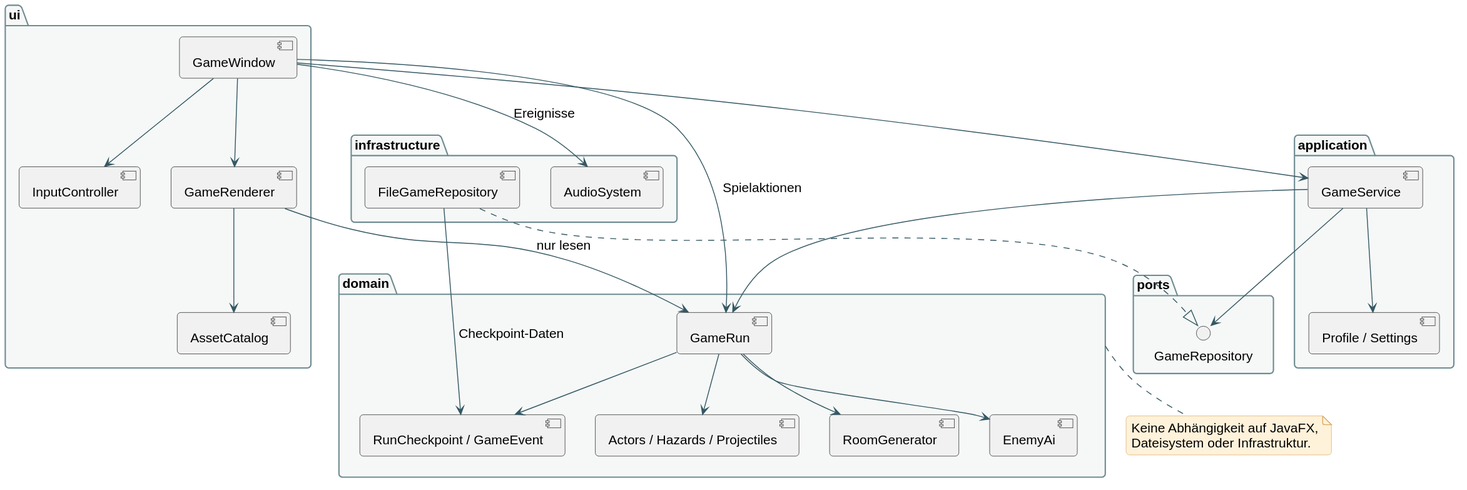
The PlantUML diagram docs/diagrams/03-architecture.svg in bassdav2/abyss, before a commit.
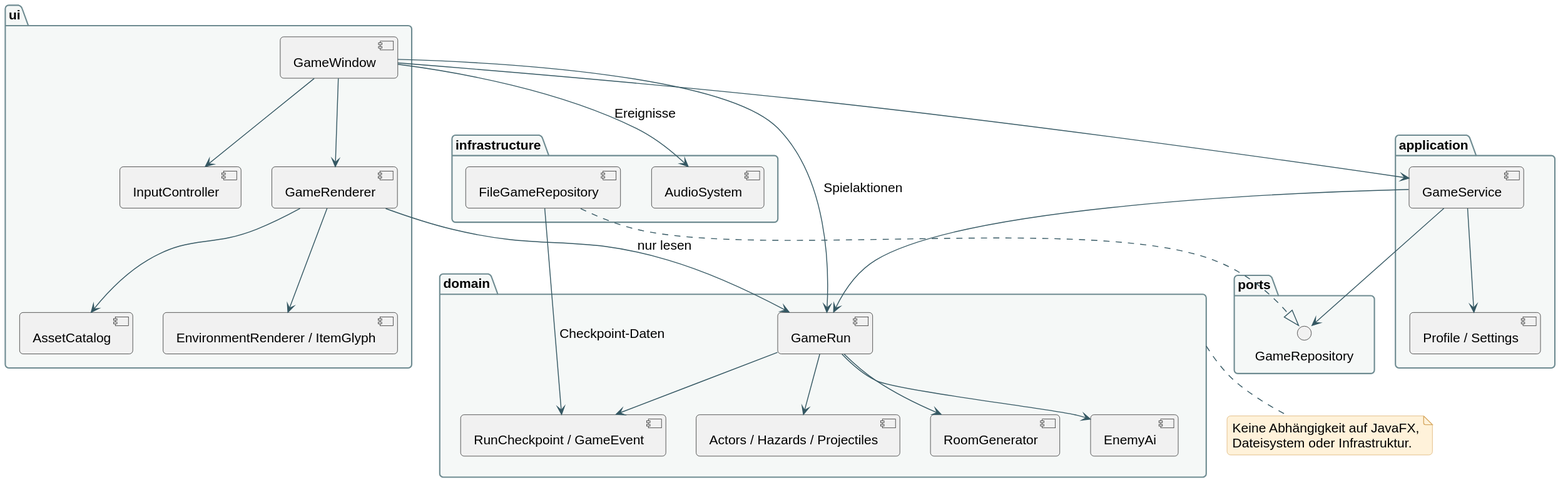
The same file after the commit.

Diff of the diagram source:
```diff
@@ -21,6 +21,7 @@
  [InputController]
  [GameRenderer]
  [AssetCatalog]
+ [EnvironmentRenderer / ItemGlyph]
 }
 package "application" {
  [GameService]
@@ -47,6 +48,8 @@
 [GameWindow] --> [AudioSystem] : Ereignisse
 [GameRenderer] --> [GameRun] : nur lesen
 [GameRenderer] --> [AssetCatalog]
+[GameRenderer] --> [EnvironmentRenderer / ItemGlyph]
+ [EnvironmentRenderer / ItemGlyph]
 [GameService] --> [GameRun]
 [GameService] --> GameRepository
 [GameService] --> [Profile / Settings]
```
